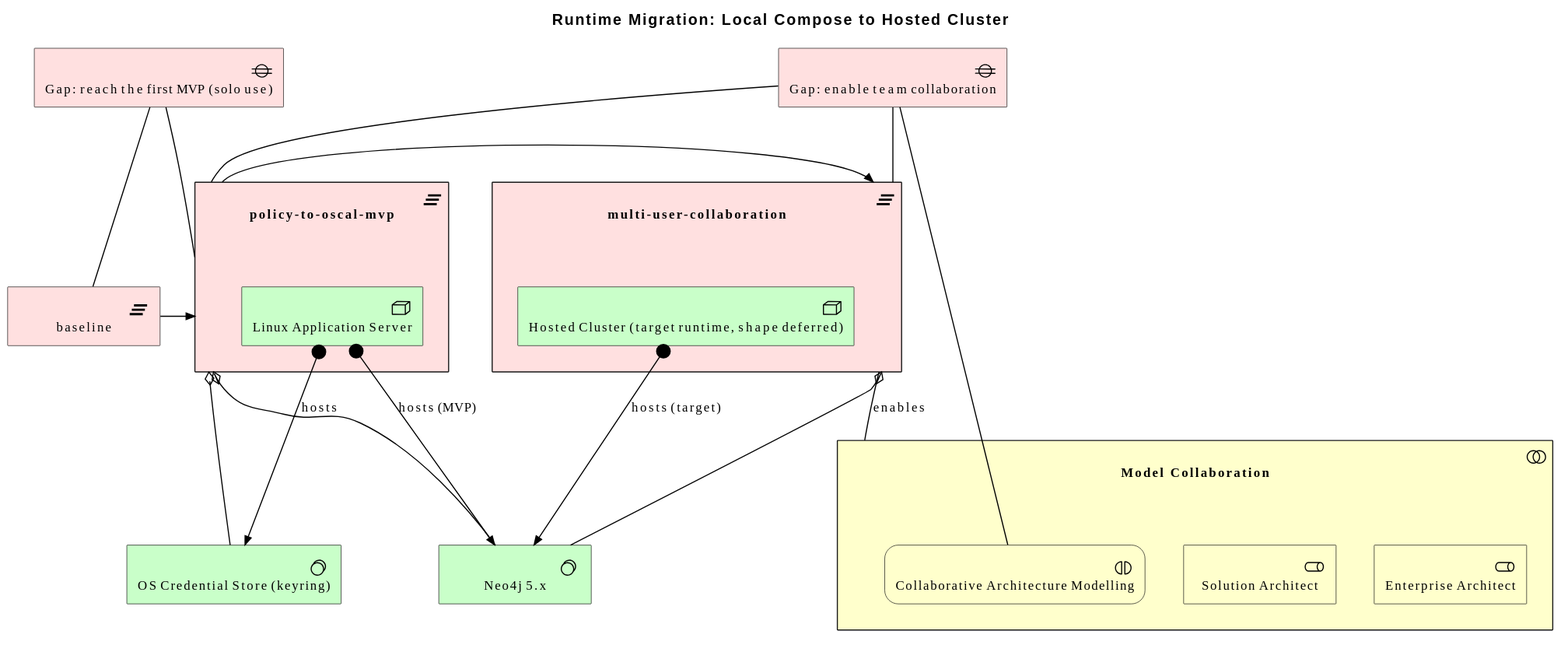
Above: architecture/model/diagrams/migration/runtime.svg in wolffy-au/frictionless-architect (PlantUML), before the change.
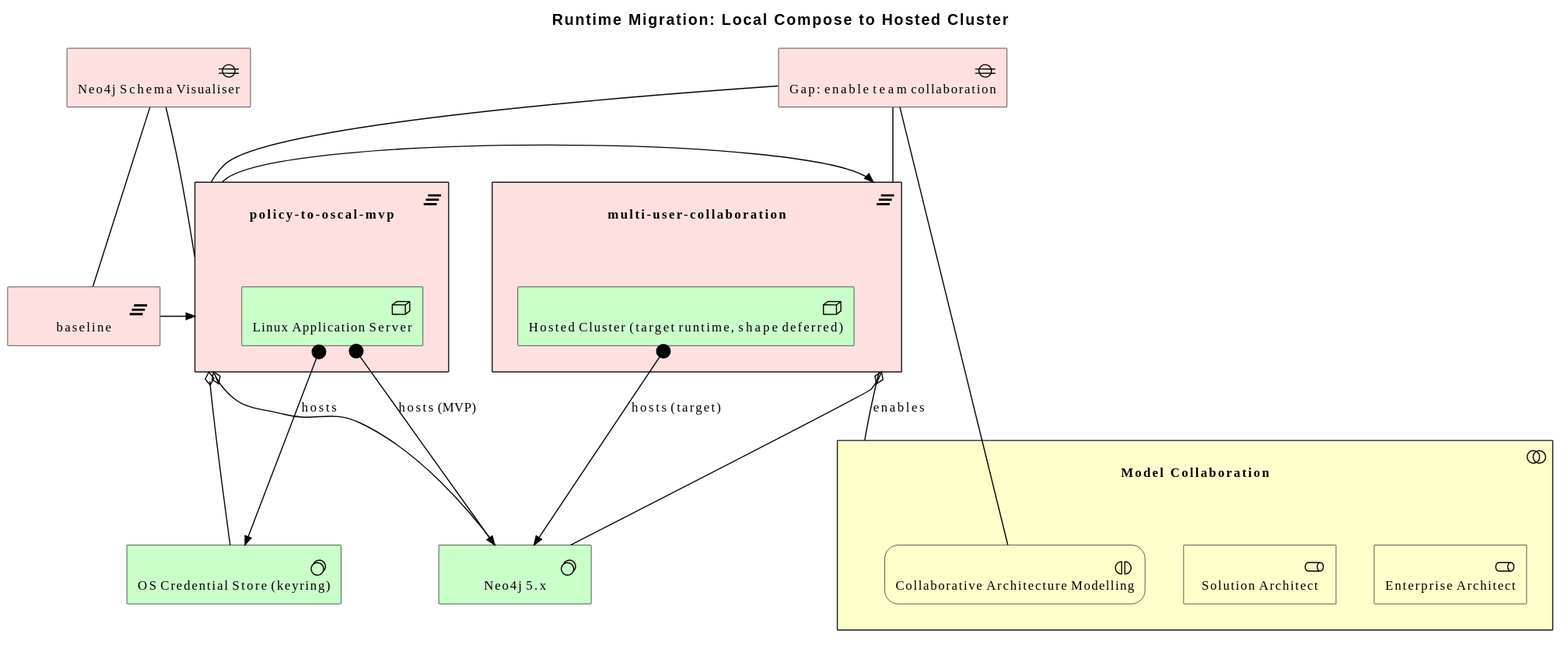
Above is the later version.

Change to the diagram source:
```diff
@@ -11,7 +11,7 @@
 Implementation_Plateau(e_id4accde76fa5858, "baseline")
 Technology_SystemSoftware(e_id625e631f1f715e, "Neo4j 5.x")
 Technology_SystemSoftware(e_id35bf5bb401c95c, "OS Credential Store (keyring)")
-Implementation_Gap(e_id4b156310597055, "Gap: reach the first MVP (solo use)")
+Implementation_Gap(e_id957bea8a8f2755, "Neo4j Schema Visualiser")
 Implementation_Gap(e_idd9da54d5550b52, "Gap: enable team collaboration")
 Implementation_Plateau(e_id5024d2087dac51, "multi-user-collaboration") {
   Technology_Node(e_id77a3094245ca50, "Hosted Cluster (target runtime, shape deferred)")
@@ -28,8 +28,8 @@
 Rel_Aggregation(e_id5024d2087dac51, e_id625e631f1f715e, "")
 Rel_Triggering_Right(e_id4accde76fa5858, e_idb94c55ad2a0756, "")
 Rel_Triggering_Right(e_idb94c55ad2a0756, e_id5024d2087dac51, "")
-Rel_Association(e_id4b156310597055, e_id4accde76fa5858, "")
-Rel_Association(e_id4b156310597055, e_idb94c55ad2a0756, "")
+Rel_Association(e_id957bea8a8f2755, e_id4accde76fa5858, "")
+Rel_Association(e_id957bea8a8f2755, e_idb94c55ad2a0756, "")
 Rel_Association(e_idd9da54d5550b52, e_idb94c55ad2a0756, "")
 Rel_Association(e_idd9da54d5550b52, e_id5024d2087dac51, "")
 Rel_Association(e_id5024d2087dac51, e_id2aa180bf48e258, "enables")
```
